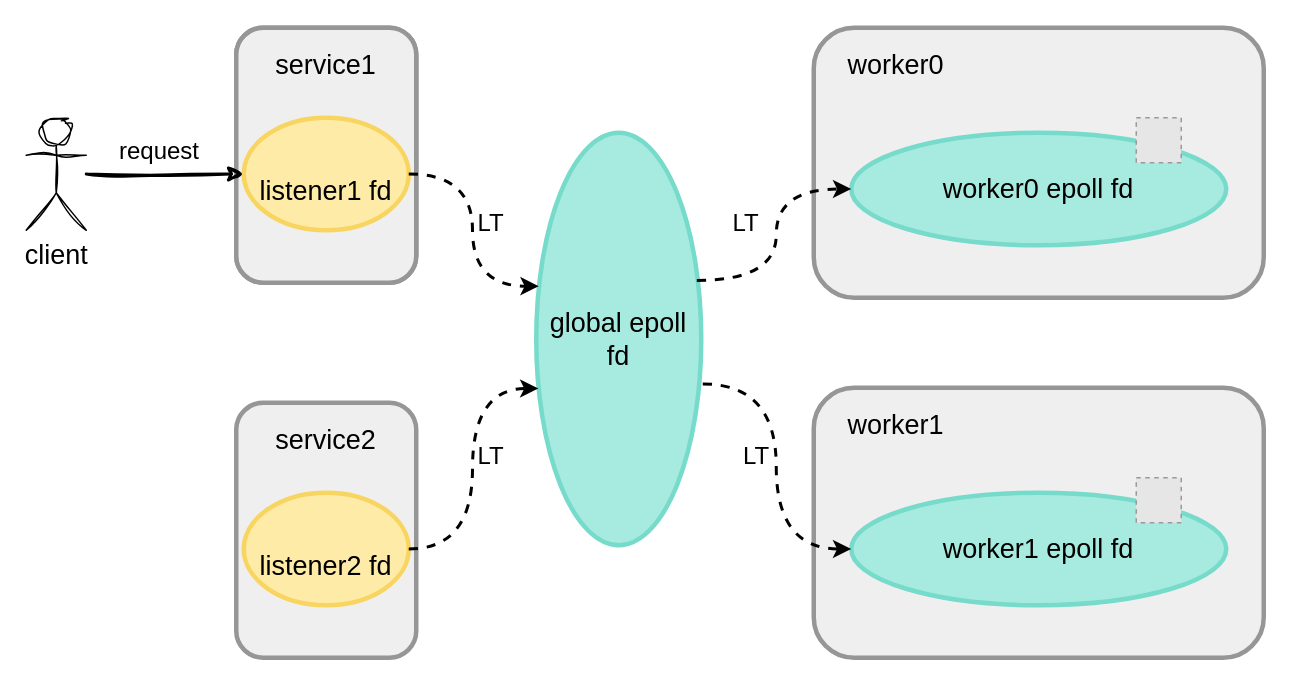
Earlier version of the draw.io diagram page "第 3 页" (3 of 6) of MaxScale.drawio (alchemy-lee/common-resource). Source tidied: cells renumbered, new cells numbered last; positions are measured from the earlier drawing's top-left corner, leaving out a move shared by most shapes. Both pictures are drawn from the tidied source at 150%, with x=0, y=0 at pixel (26, 27). Pictures stored in the file or linked from it are replaced by grey dashed boxes.
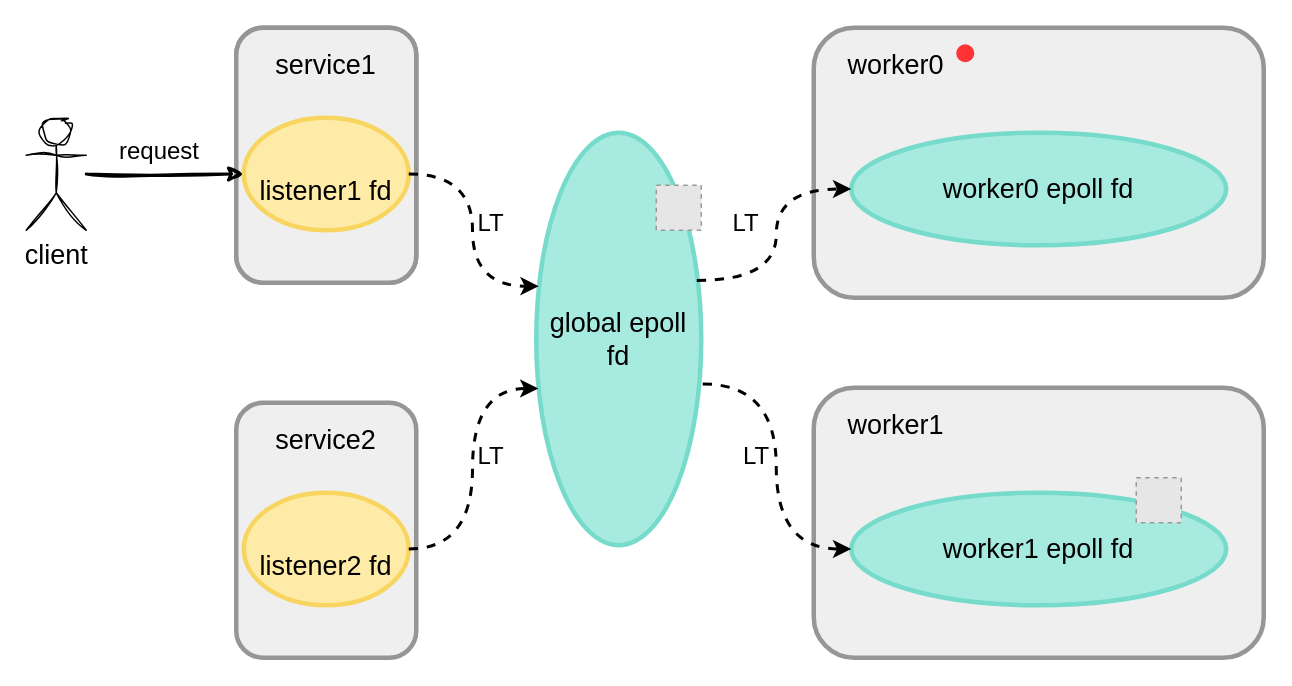
The same diagram, later.

Diff of the diagram source:
```diff
@@
     <mxCell id="28" style="fillColor=#E6E6E6;strokeColor=#999999;dashed=1;verticalLabelPosition=bottom;labelBackgroundColor=default;verticalAlign=top;" parent="1" vertex="1">
-      <mxGeometry x="740" y="60" width="30" height="30" as="geometry" />
+      <mxGeometry x="420" y="105" width="30" height="30" as="geometry" />
     </mxCell>
@@
+    <mxCell id="30" style="ellipse;whiteSpace=wrap;html=1;fillColor=#FF3333;strokeColor=none;" parent="1" vertex="1">
+      <mxGeometry x="620" y="11" width="12" height="12" as="geometry" />
+    </mxCell>
```
